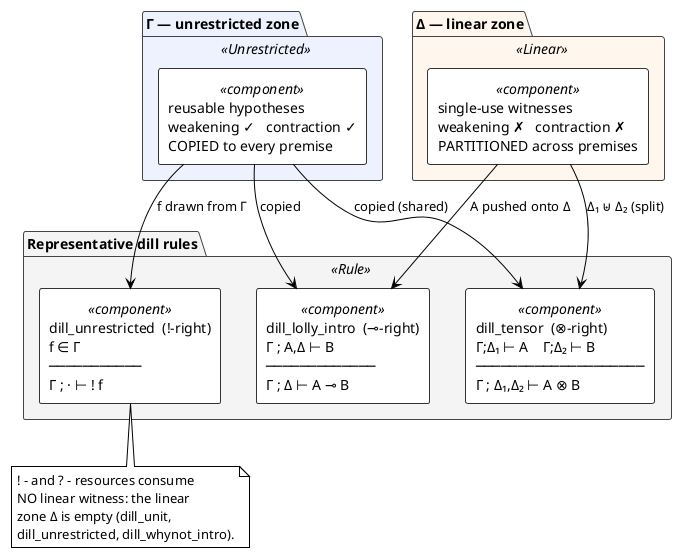
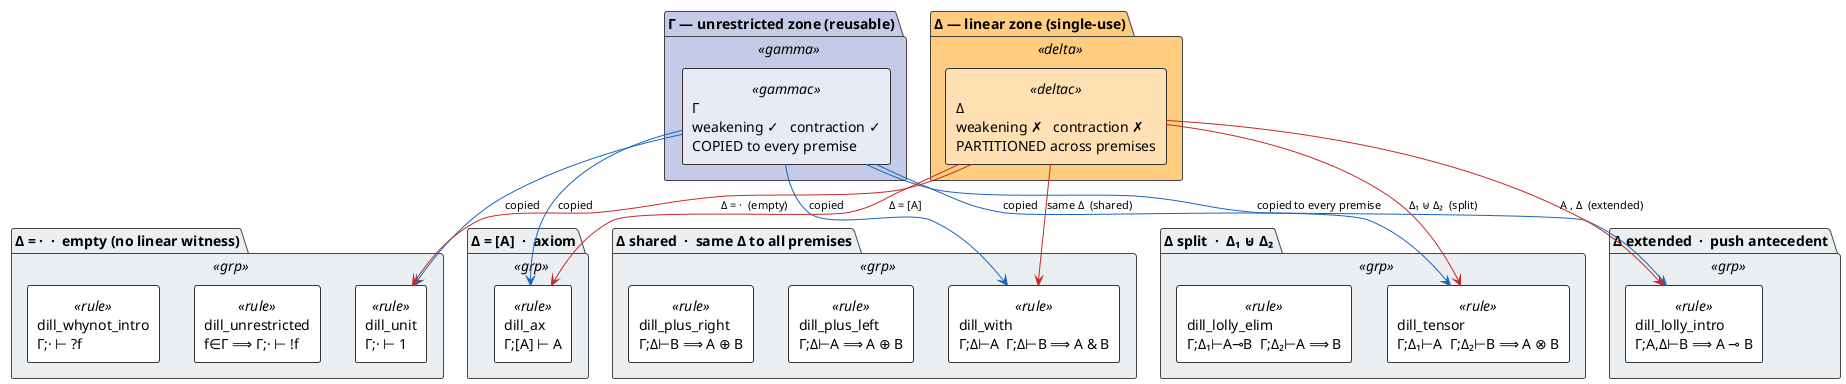
- ' DILL Two-Zone Sequent — Γ ; Δ ⊢ A. Contrasts the unrestricted zone Γ
- ' (reusable; admits weakening + contraction; copied to every premise) with
- ' the linear zone Δ (single-use; no weakening, no contraction; partitioned
- ' across premises), and shows three representative `dill` rules.
+ ' DILL Two-Zone Sequent Γ ; Δ ⊢ A — ALL TEN dill rules grouped by how each
+ ' treats the linear zone Δ. Γ (unrestricted, reusable) is copied to every
+ ' premise; Δ (linear, single-use) is consumed per the rule's group. Arrows run
+ ' from each zone to one representative rule of each group (its group-mates sit
+ ' alongside it).
'
' Source of truth for Figure 2 in docs/theory/cost-accounting-linear-logic.md.
- ' Render:
- '   plantuml -tsvg docs/theory/diagrams/dill-two-zone-flow.puml
+ ' Palette:  Γ-zone=indigo · Δ-zone=orange · rule groups=grey · rules=white
+ '   arrows: Γ-copy=blue #1565C0 · Δ-flow=red #C62828
+ ' Render:  plantuml -tsvg docs/theory/diagrams/dill-two-zone-flow.puml

@startuml dill-two-zone-flow
!theme plain
- 
skinparam componentStyle rectangle
+ skinparam shadowing false
+ skinparam ArrowFontSize 11
skinparam package {
-   BackgroundColor<<Unrestricted>> #EEF2FF
-   BackgroundColor<<Linear>>       #FFF7EE
-   BackgroundColor<<Rule>>         #F4F4F4
+   BackgroundColor<<gamma>> #C5CAE9
+   BackgroundColor<<delta>> #FFCC80
+   BackgroundColor<<grp>>   #ECEFF1
  BorderColor #444444
}
skinparam component {
-   BackgroundColor #FFFFFF
-   BorderColor     #333333
+   BackgroundColor<<gammac>> #E8EAF6
+   BackgroundColor<<deltac>> #FFE0B2
+   BackgroundColor<<rule>>   #FFFFFF
+   BorderColor #333333
}

- package "Γ — unrestricted zone" <<Unrestricted>> {
-   component "reusable hypotheses\nweakening ✓   contraction ✓\nCOPIED to every premise" <<component>> as GAMMA
+ package "Γ — unrestricted zone (reusable)" <<gamma>> {
+   component "Γ\nweakening ✓   contraction ✓\nCOPIED to every premise" <<gammac>> as GAMMA
+ }
+ package "Δ — linear zone (single-use)" <<delta>> {
+   component "Δ\nweakening ✗   contraction ✗\nPARTITIONED across premises" <<deltac>> as DELTA
}

- package "Δ — linear zone" <<Linear>> {
-   component "single-use witnesses\nweakening ✗   contraction ✗\nPARTITIONED across premises" <<component>> as DELTA
+ package "Δ = [A]  ·  axiom" <<grp>> {
+   component "dill_ax\nΓ;[A] ⊢ A" <<rule>> as AX
+ }
+ package "Δ = ·  ·  empty (no linear witness)" <<grp>> {
+   component "dill_unit\nΓ;· ⊢ 1" <<rule>> as UNIT
+   component "dill_unrestricted\nf∈Γ ⟹ Γ;· ⊢ !f" <<rule>> as UNR
+   component "dill_whynot_intro\nΓ;· ⊢ ?f" <<rule>> as WN
+ }
+ package "Δ split  ·  Δ₁ ⊎ Δ₂" <<grp>> {
+   component "dill_tensor\nΓ;Δ₁⊢A  Γ;Δ₂⊢B ⟹ A ⊗ B" <<rule>> as TEN
+   component "dill_lolly_elim\nΓ;Δ₁⊢A⊸B  Γ;Δ₂⊢A ⟹ B" <<rule>> as LE
+ }
+ package "Δ shared  ·  same Δ to all premises" <<grp>> {
+   component "dill_with\nΓ;Δ⊢A  Γ;Δ⊢B ⟹ A & B" <<rule>> as WITH
+   component "dill_plus_left\nΓ;Δ⊢A ⟹ A ⊕ B" <<rule>> as PL
+   component "dill_plus_right\nΓ;Δ⊢B ⟹ A ⊕ B" <<rule>> as PR
+ }
+ package "Δ extended  ·  push antecedent" <<grp>> {
+   component "dill_lolly_intro\nΓ;A,Δ⊢B ⟹ A ⊸ B" <<rule>> as LI
}

- package "Representative dill rules" <<Rule>> {
-   component "dill_tensor  (⊗-right)\nΓ;Δ₁ ⊢ A    Γ;Δ₂ ⊢ B\n────────────────────\nΓ ; Δ₁,Δ₂ ⊢ A ⊗ B" <<component>> as TENSOR
-   component "dill_lolly_intro  (⊸-right)\nΓ ; A,Δ ⊢ B\n─────────────\nΓ ; Δ ⊢ A ⊸ B" <<component>> as LOLLY
-   component "dill_unrestricted  (!-right)\nf ∈ Γ\n───────────\nΓ ; · ⊢ ! f" <<component>> as BANG
- }
+ GAMMA -[#1565C0]-> AX   : copied
+ GAMMA -[#1565C0]-> UNIT : copied
+ GAMMA -[#1565C0]-> TEN  : copied
+ GAMMA -[#1565C0]-> WITH : copied
+ GAMMA -[#1565C0]-> LI   : copied to every premise

- GAMMA --> TENSOR : copied (shared)
- DELTA --> TENSOR : Δ₁ ⊎ Δ₂ (split)
- GAMMA --> LOLLY  : copied
- DELTA --> LOLLY  : A pushed onto Δ
- GAMMA --> BANG   : f drawn from Γ
- note bottom of BANG
-   ! - and ? - resources consume
-   NO linear witness: the linear
-   zone Δ is empty (dill_unit,
-   dill_unrestricted, dill_whynot_intro).
- end note
+ DELTA -[#C62828]-> AX   : Δ = [A]
+ DELTA -[#C62828]-> UNIT : Δ = ·  (empty)
+ DELTA -[#C62828]-> TEN  : Δ₁ ⊎ Δ₂  (split)
+ DELTA -[#C62828]-> WITH : same Δ  (shared)
+ DELTA -[#C62828]-> LI   : A , Δ  (extended)
@enduml
